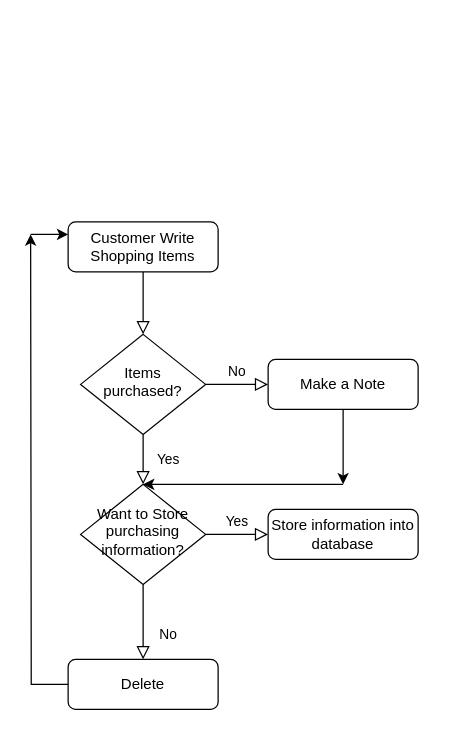
Earlier version of the draw.io diagram Untitled Diagram.drawio (invacctvni/A-Blog). Source tidied: cells renumbered, new cells numbered last; positions are measured from the earlier drawing's top-left corner, leaving out a move shared by most shapes. Both pictures are drawn from the tidied source at 125%, with x=0, y=0 at pixel (30, 221).
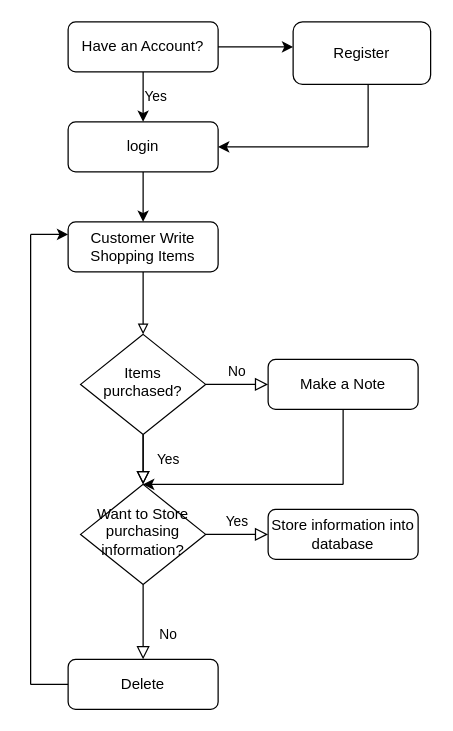
Above is the later version.

The change refers to these unchanged cells:
```xml
<mxCell id="3" value="Customer Write Shopping Items" style="rounded=1;whiteSpace=wrap;html=1;fontSize=12;glass=0;strokeWidth=1;shadow=0;" parent="1" vertex="1">
  <mxGeometry x="30" width="120" height="40" as="geometry" />
</mxCell>
<mxCell id="6" value="Items purchased?" style="rhombus;whiteSpace=wrap;html=1;shadow=0;fontFamily=Helvetica;fontSize=12;align=center;strokeWidth=1;spacing=6;spacingTop=-4;" parent="1" vertex="1">
  <mxGeometry x="40" y="90" width="100" height="80" as="geometry" />
</mxCell>
<mxCell id="7" value="Make a Note" style="rounded=1;whiteSpace=wrap;html=1;fontSize=12;glass=0;strokeWidth=1;shadow=0;" parent="1" vertex="1">
  <mxGeometry x="190" y="110" width="120" height="40" as="geometry" />
</mxCell>
<mxCell id="12" value="Delete" style="rounded=1;whiteSpace=wrap;html=1;fontSize=12;glass=0;strokeWidth=1;shadow=0;" parent="1" vertex="1">
  <mxGeometry x="30" y="350" width="120" height="40" as="geometry" />
</mxCell>
```

What changed in the source:
```diff
@@
-    <mxCell id="2" style="rounded=0;html=1;jettySize=auto;fontSize=11;endArrow=block;endFill=0;endSize=8;strokeWidth=1;shadow=0;labelBackgroundColor=none;edgeStyle=orthogonalEdgeStyle;" parent="1" edge="1" source="3" target="6">
+    <mxCell id="2" style="rounded=0;html=1;jettySize=auto;fontSize=11;endArrow=block;endFill=0;strokeWidth=1;shadow=0;labelBackgroundColor=none;edgeStyle=orthogonalEdgeStyle;" parent="1" edge="1" source="3" target="6">
       <mxGeometry relative="1" as="geometry" />
     </mxCell>
@@
-    <mxCell id="11" style="edgeStyle=orthogonalEdgeStyle;rounded=0;jettySize=auto;html=1;" parent="1" edge="1" source="12">
-      <mxGeometry relative="1" as="geometry">
-        <mxPoint y="10" as="targetPoint" />
-      </mxGeometry>
-    </mxCell>
@@
-    <mxCell id="15" style="endArrow=classic;html=1;rounded=0;exitX=0.5;exitY=1;exitDx=0;exitDy=0;" parent="1" edge="1" source="7">
-      <mxGeometry relative="1" as="geometry">
-        <mxPoint x="250" y="210" as="targetPoint" />
-      </mxGeometry>
-    </mxCell>
@@
+    <mxCell id="17" style="edgeStyle=orthogonalEdgeStyle;rounded=0;jettySize=auto;html=1;" parent="1" edge="1" source="18" target="3">
+      <mxGeometry relative="1" as="geometry" />
+    </mxCell>
+    <mxCell id="18" value="login" style="rounded=1;whiteSpace=wrap;html=1;" parent="1" vertex="1">
+      <mxGeometry x="30" y="-80" width="120" height="40" as="geometry" />
+    </mxCell>
+    <mxCell id="19" style="edgeStyle=orthogonalEdgeStyle;rounded=0;jettySize=auto;html=1;" parent="1" edge="1" source="20" target="18">
+      <mxGeometry relative="1" as="geometry" />
+    </mxCell>
+    <mxCell id="20" value="Have an Account?" style="rounded=1;whiteSpace=wrap;html=1;" parent="1" vertex="1">
+      <mxGeometry x="30" y="-160" width="120" height="40" as="geometry" />
+    </mxCell>
+    <mxCell id="21" style="endArrow=classic;html=1;rounded=0;exitX=1;exitY=0.5;exitDx=0;exitDy=0;" parent="1" edge="1" source="20">
+      <mxGeometry relative="1" as="geometry">
+        <mxPoint x="210" y="-140" as="targetPoint" />
+      </mxGeometry>
+    </mxCell>
+    <mxCell id="22" value="Yes" style="rounded=0;html=1;jettySize=auto;orthogonalLoop=1;fontSize=11;endArrow=block;endFill=0;endSize=8;strokeWidth=1;shadow=0;labelBackgroundColor=none;edgeStyle=orthogonalEdgeStyle;" parent="1" edge="1">
+      <mxGeometry x="-1" y="270" relative="1" as="geometry">
+        <mxPoint x="90" y="170" as="sourcePoint" />
+        <mxPoint x="90" y="210" as="targetPoint" />
+        <Array as="points">
+          <mxPoint x="90" y="180" />
+          <mxPoint x="90" y="180" />
+        </Array>
+        <mxPoint x="-260" y="-270" as="offset" />
+      </mxGeometry>
+    </mxCell>
+    <mxCell id="23" style="endArrow=classic;html=1;rounded=0;entryX=1;entryY=0.5;entryDx=0;entryDy=0;" parent="1" edge="1" target="18">
+      <mxGeometry relative="1" as="geometry">
+        <mxPoint x="270" y="-60" as="sourcePoint" />
+      </mxGeometry>
+    </mxCell>
+    <mxCell id="24" style="endArrow=none;html=1;rounded=0;" parent="1" edge="1">
+      <mxGeometry relative="1" as="geometry">
+        <mxPoint x="270" y="-60" as="sourcePoint" />
+        <mxPoint x="270" y="-110" as="targetPoint" />
+      </mxGeometry>
+    </mxCell>
+    <mxCell id="25" value="Register" style="rounded=1;whiteSpace=wrap;html=1;" parent="1" vertex="1">
+      <mxGeometry x="210" y="-160" width="110" height="50" as="geometry" />
+    </mxCell>
+    <mxCell id="26" style="endArrow=none;html=1;rounded=0;entryX=0.5;entryY=1;entryDx=0;entryDy=0;" parent="1" edge="1" target="7">
+      <mxGeometry relative="1" as="geometry">
+        <mxPoint x="250" y="210" as="sourcePoint" />
+      </mxGeometry>
+    </mxCell>
+    <mxCell id="27" style="endArrow=none;html=1;rounded=0;" parent="1" edge="1">
+      <mxGeometry relative="1" as="geometry">
+        <mxPoint y="10" as="sourcePoint" />
+        <mxPoint y="370" as="targetPoint" />
+      </mxGeometry>
+    </mxCell>
+    <mxCell id="28" style="endArrow=none;html=1;rounded=0;" parent="1" edge="1" target="12">
+      <mxGeometry relative="1" as="geometry">
+        <mxPoint y="370" as="sourcePoint" />
+      </mxGeometry>
+    </mxCell>
```
